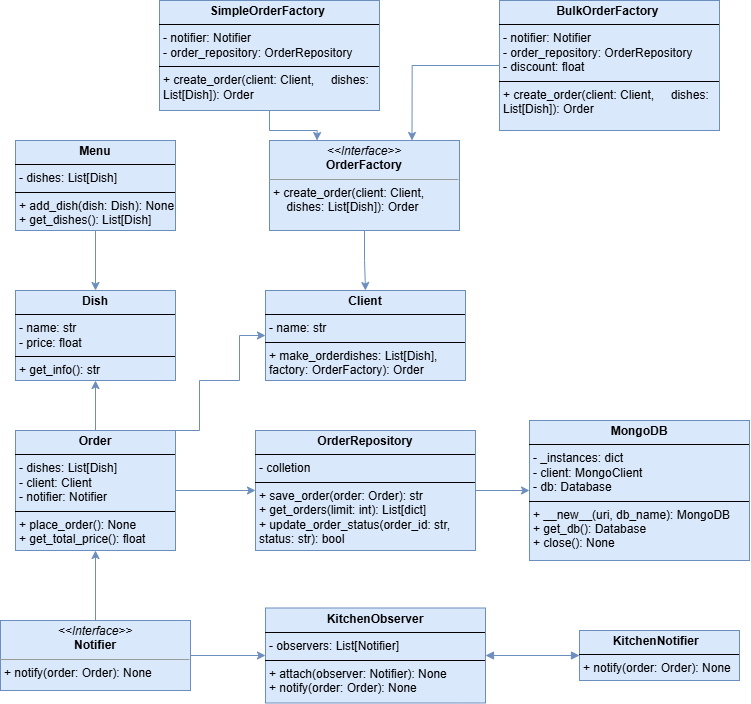
Earlier version of the draw.io export food_order_after_added_patterns.drawio.png (nastya-prokopishena/food_order). Source tidied: cells renumbered, new cells last; positions are measured from the earlier drawing's top-left corner, leaving out a move shared by most shapes.
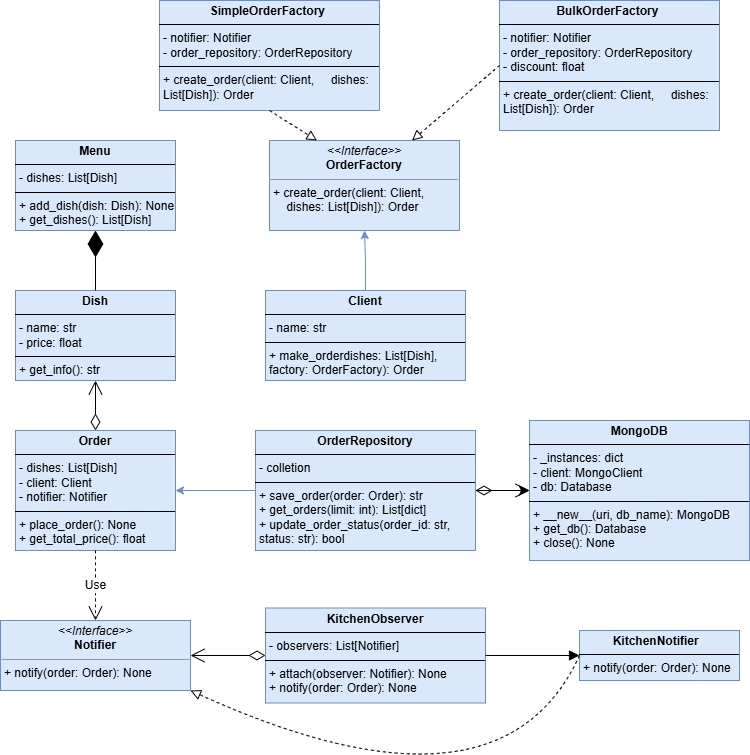
Later version of the same file.

Commit message:
added modified UML diagram

What changed in the source:
```diff
@@ -2,7 +2,7 @@
   <root>
     <mxCell id="0" />
     <mxCell id="1" parent="0" />
-    <mxCell id="2" style="edgeStyle=orthogonalEdgeStyle;rounded=0;jettySize=auto;html=1;labelBackgroundColor=none;strokeColor=#6c8ebf;fontColor=default;fillColor=#dae8fc;" parent="1" edge="1" source="3" target="7">
+    <mxCell id="2" style="edgeStyle=orthogonalEdgeStyle;rounded=0;jettySize=auto;html=1;labelBackgroundColor=none;strokeColor=#6c8ebf;fontColor=default;fillColor=#dae8fc;exitX=0.5;exitY=0;exitDx=0;exitDy=0;entryX=0.5;entryY=1;entryDx=0;entryDy=0;" parent="1" edge="1" source="7" target="3">
       <mxGeometry relative="1" as="geometry" />
     </mxCell>
     <mxCell id="3" value="&lt;p style=&quot;margin:0px;margin-top:4px;text-align:center;&quot;&gt;&lt;i&gt;&amp;lt;&amp;lt;Interface&amp;gt;&amp;gt;&lt;/i&gt;&lt;br&gt;&lt;b&gt;OrderFactory&lt;/b&gt;&lt;/p&gt;&lt;hr size=&quot;1&quot;&gt;&lt;p style=&quot;margin:0px;margin-left:4px;&quot;&gt;&lt;/p&gt;&lt;p style=&quot;margin:0px;margin-left:4px;&quot;&gt;+ create_order(client: Client,&lt;/p&gt;&lt;p style=&quot;margin:0px;margin-left:4px;&quot;&gt;&amp;nbsp; &amp;nbsp; dishes: List[Dish]): Order&lt;br&gt;&lt;br&gt;&lt;/p&gt;" style="verticalAlign=top;align=left;overflow=fill;fontSize=12;fontFamily=Helvetica;html=1;rounded=0;shadow=0;comic=0;labelBackgroundColor=none;strokeWidth=1;fillColor=#dae8fc;strokeColor=#6c8ebf;" parent="1" vertex="1">
@@ -11,68 +11,36 @@
     <mxCell id="4" value="&lt;p style=&quot;margin:0px;margin-top:4px;text-align:center;&quot;&gt;&lt;b&gt;Dish&lt;/b&gt;&lt;/p&gt;&lt;hr size=&quot;1&quot; style=&quot;border-style:solid;&quot;&gt;&lt;p style=&quot;margin:0px;margin-left:4px;&quot;&gt;- name: str&lt;/p&gt;&lt;p style=&quot;margin:0px;margin-left:4px;&quot;&gt;&lt;span style=&quot;background-color: transparent; color: light-dark(rgb(0, 0, 0), rgb(255, 255, 255));&quot;&gt;- price: float&lt;/span&gt;&lt;/p&gt;&lt;hr size=&quot;1&quot; style=&quot;border-style:solid;&quot;&gt;&lt;p style=&quot;margin:0px;margin-left:4px;&quot;&gt;+ get_info(): str&lt;/p&gt;" style="verticalAlign=top;align=left;overflow=fill;html=1;whiteSpace=wrap;labelBackgroundColor=none;fillColor=#dae8fc;strokeColor=#6c8ebf;" parent="1" vertex="1">
       <mxGeometry x="15" y="290" width="160" height="90" as="geometry" />
     </mxCell>
-    <mxCell id="5" style="edgeStyle=orthogonalEdgeStyle;rounded=0;jettySize=auto;html=1;labelBackgroundColor=none;strokeColor=#6c8ebf;fontColor=default;fillColor=#dae8fc;entryX=0.25;entryY=0;entryDx=0;entryDy=0;" parent="1" edge="1" source="6" target="3">
-      <mxGeometry relative="1" as="geometry" />
-    </mxCell>
     <mxCell id="6" value="&lt;p style=&quot;margin:0px;margin-top:4px;text-align:center;&quot;&gt;&lt;b&gt;SimpleOrderFactory&amp;nbsp;&lt;/b&gt;&lt;/p&gt;&lt;hr size=&quot;1&quot; style=&quot;border-style:solid;&quot;&gt;&lt;p style=&quot;margin:0px;margin-left:4px;&quot;&gt;- notifier: Notifier&lt;/p&gt;&lt;p style=&quot;margin:0px;margin-left:4px;&quot;&gt;-&amp;nbsp;order_repository: OrderRepository&lt;/p&gt;&lt;hr size=&quot;1&quot; style=&quot;border-style:solid;&quot;&gt;&lt;p style=&quot;margin:0px;margin-left:4px;&quot;&gt;+ create_order(client: Client,&amp;nbsp; &amp;nbsp; &amp;nbsp;dishes: List[Dish]): Order&lt;/p&gt;" style="verticalAlign=top;align=left;overflow=fill;html=1;whiteSpace=wrap;labelBackgroundColor=none;fillColor=#dae8fc;strokeColor=#6c8ebf;" parent="1" vertex="1">
       <mxGeometry x="159" width="220" height="110" as="geometry" />
     </mxCell>
     <mxCell id="7" value="&lt;p style=&quot;margin:0px;margin-top:4px;text-align:center;&quot;&gt;&lt;b&gt;Client&lt;/b&gt;&lt;/p&gt;&lt;hr size=&quot;1&quot; style=&quot;border-style:solid;&quot;&gt;&lt;p style=&quot;margin:0px;margin-left:4px;&quot;&gt;- name: str&lt;/p&gt;&lt;hr size=&quot;1&quot; style=&quot;border-style:solid;&quot;&gt;&lt;p style=&quot;margin:0px;margin-left:4px;&quot;&gt;+ make_orderdishes: List[Dish], factory: OrderFactory): Order&lt;/p&gt;" style="verticalAlign=top;align=left;overflow=fill;html=1;whiteSpace=wrap;labelBackgroundColor=none;fillColor=#dae8fc;strokeColor=#6c8ebf;" parent="1" vertex="1">
       <mxGeometry x="265" y="290" width="200" height="90" as="geometry" />
     </mxCell>
-    <mxCell id="8" style="edgeStyle=orthogonalEdgeStyle;rounded=0;jettySize=auto;html=1;labelBackgroundColor=none;strokeColor=#6c8ebf;fontColor=default;fillColor=#dae8fc;" parent="1" edge="1" source="9" target="4">
-      <mxGeometry relative="1" as="geometry" />
-    </mxCell>
     <mxCell id="9" value="&lt;p style=&quot;margin:0px;margin-top:4px;text-align:center;&quot;&gt;&lt;b&gt;Menu&lt;/b&gt;&lt;/p&gt;&lt;hr size=&quot;1&quot; style=&quot;border-style:solid;&quot;&gt;&lt;p style=&quot;margin:0px;margin-left:4px;&quot;&gt;- dishes: List[Dish]&lt;/p&gt;&lt;hr size=&quot;1&quot; style=&quot;border-style:solid;&quot;&gt;&lt;p style=&quot;margin:0px;margin-left:4px;&quot;&gt;+ add_dish(dish: Dish): None&lt;/p&gt;&lt;p style=&quot;margin:0px;margin-left:4px;&quot;&gt;+ get_dishes(): List[Dish]&lt;/p&gt;" style="verticalAlign=top;align=left;overflow=fill;html=1;whiteSpace=wrap;labelBackgroundColor=none;fillColor=#dae8fc;strokeColor=#6c8ebf;" parent="1" vertex="1">
       <mxGeometry x="15" y="140" width="160" height="90" as="geometry" />
     </mxCell>
-    <mxCell id="10" style="edgeStyle=orthogonalEdgeStyle;rounded=0;jettySize=auto;html=1;strokeColor=#6c8ebf;fontColor=#FFFFFF;fillColor=#dae8fc;" parent="1" edge="1" source="14" target="4">
-      <mxGeometry relative="1" as="geometry" />
-    </mxCell>
-    <mxCell id="11" style="edgeStyle=orthogonalEdgeStyle;rounded=0;jettySize=auto;html=1;exitX=1;exitY=0;exitDx=0;exitDy=0;entryX=0;entryY=0.5;entryDx=0;entryDy=0;strokeColor=#6c8ebf;fontColor=#FFFFFF;fillColor=#dae8fc;" parent="1" edge="1" source="14" target="7">
-      <mxGeometry relative="1" as="geometry">
-        <Array as="points">
-          <mxPoint x="199" y="430" />
-          <mxPoint x="199" y="380" />
-          <mxPoint x="239" y="380" />
-          <mxPoint x="239" y="335" />
-        </Array>
-      </mxGeometry>
-    </mxCell>
     <mxCell id="12" style="edgeStyle=orthogonalEdgeStyle;rounded=0;jettySize=auto;html=1;strokeColor=#FFFFFF;fontColor=#FFFFFF;" parent="1" edge="1" source="14" target="22">
       <mxGeometry relative="1" as="geometry" />
     </mxCell>
-    <mxCell id="13" style="edgeStyle=orthogonalEdgeStyle;rounded=0;jettySize=auto;html=1;entryX=0;entryY=0.5;entryDx=0;entryDy=0;strokeColor=#6c8ebf;fontColor=#FFFFFF;fillColor=#dae8fc;" parent="1" edge="1" source="14" target="22">
+    <mxCell id="13" style="edgeStyle=orthogonalEdgeStyle;rounded=0;jettySize=auto;html=1;strokeColor=#6c8ebf;fontColor=#FFFFFF;fillColor=#dae8fc;" parent="1" edge="1" source="22" target="14">
       <mxGeometry relative="1" as="geometry" />
     </mxCell>
     <mxCell id="14" value="&lt;p style=&quot;margin:0px;margin-top:4px;text-align:center;&quot;&gt;&lt;b&gt;Order&lt;/b&gt;&lt;/p&gt;&lt;hr size=&quot;1&quot; style=&quot;border-style:solid;&quot;&gt;&lt;p style=&quot;margin:0px;margin-left:4px;&quot;&gt;- dishes: List[Dish]&amp;nbsp;&lt;/p&gt;&lt;p style=&quot;margin:0px;margin-left:4px;&quot;&gt;- client: Client&amp;nbsp; &amp;nbsp; &amp;nbsp;&lt;/p&gt;&lt;p style=&quot;margin:0px;margin-left:4px;&quot;&gt;- notifier: Notifier&lt;/p&gt;&lt;hr size=&quot;1&quot; style=&quot;border-style:solid;&quot;&gt;&lt;p style=&quot;margin:0px;margin-left:4px;&quot;&gt;+ place_order(): None&lt;/p&gt;&lt;p style=&quot;margin:0px;margin-left:4px;&quot;&gt;+ get_total_price(): float&lt;/p&gt;" style="verticalAlign=top;align=left;overflow=fill;html=1;whiteSpace=wrap;labelBackgroundColor=none;fillColor=#dae8fc;strokeColor=#6c8ebf;" parent="1" vertex="1">
       <mxGeometry x="15" y="430" width="160" height="120" as="geometry" />
     </mxCell>
-    <mxCell id="15" style="edgeStyle=orthogonalEdgeStyle;rounded=0;jettySize=auto;html=1;labelBackgroundColor=none;strokeColor=#6c8ebf;fontColor=default;fillColor=#dae8fc;" parent="1" edge="1" source="17" target="14">
-      <mxGeometry relative="1" as="geometry" />
-    </mxCell>
-    <mxCell id="16" style="edgeStyle=orthogonalEdgeStyle;rounded=0;jettySize=auto;html=1;strokeColor=#6c8ebf;fontColor=#FFFFFF;fillColor=#dae8fc;" parent="1" edge="1" source="17" target="24">
-      <mxGeometry relative="1" as="geometry" />
-    </mxCell>
     <mxCell id="17" value="&lt;p style=&quot;margin:0px;margin-top:4px;text-align:center;&quot;&gt;&lt;i&gt;&amp;lt;&amp;lt;Interface&amp;gt;&amp;gt;&lt;/i&gt;&lt;br&gt;&lt;b&gt;Notifier&lt;/b&gt;&lt;/p&gt;&lt;hr size=&quot;1&quot;&gt;&lt;p style=&quot;margin:0px;margin-left:4px;&quot;&gt;&lt;/p&gt;&lt;p style=&quot;margin:0px;margin-left:4px;&quot;&gt;+ notify(order: Order): None&lt;/p&gt;&lt;p style=&quot;margin:0px;margin-left:4px;&quot;&gt;&lt;br&gt;&lt;/p&gt;" style="verticalAlign=top;align=left;overflow=fill;fontSize=12;fontFamily=Helvetica;html=1;rounded=0;shadow=0;comic=0;labelBackgroundColor=none;strokeWidth=1;fillColor=#dae8fc;strokeColor=#6c8ebf;" parent="1" vertex="1">
       <mxGeometry y="620" width="190" height="70" as="geometry" />
     </mxCell>
     <mxCell id="18" value="&lt;p style=&quot;text-align: center; margin: 4px 0px 0px;&quot;&gt;&lt;span style=&quot;background-color: transparent; text-align: left;&quot;&gt;&lt;b&gt;KitchenNotifier&amp;nbsp;&lt;/b&gt;&lt;/span&gt;&lt;b&gt;&amp;nbsp;&lt;/b&gt;&lt;/p&gt;&lt;hr size=&quot;1&quot; style=&quot;border-style:solid;&quot;&gt;&lt;p style=&quot;margin:0px;margin-left:4px;&quot;&gt;&lt;/p&gt;&lt;p style=&quot;margin:0px;margin-left:4px;&quot;&gt;+ notify(order: Order): None&lt;/p&gt;" style="verticalAlign=top;align=left;overflow=fill;html=1;whiteSpace=wrap;labelBackgroundColor=none;fillColor=#dae8fc;strokeColor=#6c8ebf;" parent="1" vertex="1">
       <mxGeometry x="579" y="630" width="160" height="50" as="geometry" />
     </mxCell>
-    <mxCell id="19" style="edgeStyle=orthogonalEdgeStyle;rounded=0;jettySize=auto;html=1;strokeColor=#6c8ebf;fontColor=#FFFFFF;fillColor=#dae8fc;entryX=0.75;entryY=0;entryDx=0;entryDy=0;" parent="1" edge="1" source="20" target="3">
-      <mxGeometry relative="1" as="geometry">
-        <Array as="points">
-          <mxPoint x="412" y="65" />
-        </Array>
-      </mxGeometry>
-    </mxCell>
     <mxCell id="20" value="&lt;p style=&quot;margin:0px;margin-top:4px;text-align:center;&quot;&gt;&lt;b&gt;BulkOrderFactory&amp;nbsp;&lt;/b&gt;&lt;/p&gt;&lt;hr size=&quot;1&quot; style=&quot;border-style:solid;&quot;&gt;&lt;p style=&quot;margin:0px;margin-left:4px;&quot;&gt;- notifier: Notifier&lt;/p&gt;&lt;p style=&quot;margin:0px;margin-left:4px;&quot;&gt;-&amp;nbsp;order_repository: OrderRepository&lt;/p&gt;&lt;p style=&quot;margin:0px;margin-left:4px;&quot;&gt;- discount: float&lt;/p&gt;&lt;hr size=&quot;1&quot; style=&quot;border-style:solid;&quot;&gt;&lt;p style=&quot;margin:0px;margin-left:4px;&quot;&gt;+ create_order(client: Client,&amp;nbsp; &amp;nbsp; &amp;nbsp;dishes: List[Dish]): Order&lt;/p&gt;" style="verticalAlign=top;align=left;overflow=fill;html=1;whiteSpace=wrap;labelBackgroundColor=none;fillColor=#dae8fc;strokeColor=#6c8ebf;" parent="1" vertex="1">
       <mxGeometry x="499" width="220" height="130" as="geometry" />
     </mxCell>
-    <mxCell id="21" style="edgeStyle=orthogonalEdgeStyle;rounded=0;jettySize=auto;html=1;strokeColor=#6c8ebf;fontColor=#FFFFFF;fillColor=#dae8fc;" parent="1" edge="1" source="22" target="23">
-      <mxGeometry relative="1" as="geometry" />
-    </mxCell>
+    <mxCell id="26" style="edgeStyle=none;curved=1;rounded=0;jettySize=auto;html=1;fontSize=12;startSize=8;endSize=8;" parent="1" edge="1" source="22" target="23">
+      <mxGeometry relative="1" as="geometry" />
+    </mxCell>
     <mxCell id="22" value="&lt;p style=&quot;margin:0px;margin-top:4px;text-align:center;&quot;&gt;&lt;b&gt;OrderRepository&lt;/b&gt;&lt;/p&gt;&lt;hr size=&quot;1&quot; style=&quot;border-style:solid;&quot;&gt;&lt;p style=&quot;margin:0px;margin-left:4px;&quot;&gt;- colletion&lt;/p&gt;&lt;hr size=&quot;1&quot; style=&quot;border-style:solid;&quot;&gt;&lt;p style=&quot;margin:0px;margin-left:4px;&quot;&gt;+ save_order(order: Order): str&amp;nbsp;&lt;/p&gt;&lt;p style=&quot;margin:0px;margin-left:4px;&quot;&gt;+ get_orders(limit: int): List[dict]&amp;nbsp;&lt;/p&gt;&lt;p style=&quot;margin:0px;margin-left:4px;&quot;&gt;+ update_order_status(order_id: str, status: str): bool&amp;nbsp;&lt;/p&gt;" style="verticalAlign=top;align=left;overflow=fill;html=1;whiteSpace=wrap;labelBackgroundColor=none;fillColor=#dae8fc;strokeColor=#6c8ebf;" parent="1" vertex="1">
       <mxGeometry x="255" y="430" width="220" height="120" as="geometry" />
     </mxCell>
@@ -82,8 +50,36 @@
     <mxCell id="24" value="&lt;p style=&quot;margin:0px;margin-top:4px;text-align:center;&quot;&gt;&lt;b&gt;KitchenObserver&lt;/b&gt;&lt;/p&gt;&lt;hr size=&quot;1&quot; style=&quot;border-style:solid;&quot;&gt;&lt;p style=&quot;margin:0px;margin-left:4px;&quot;&gt;- observers: List[Notifier]&lt;/p&gt;&lt;hr size=&quot;1&quot; style=&quot;border-style:solid;&quot;&gt;&lt;p style=&quot;margin:0px;margin-left:4px;&quot;&gt;+ attach(observer: Notifier): None&amp;nbsp;&lt;/p&gt;&lt;p style=&quot;margin:0px;margin-left:4px;&quot;&gt;+ notify(order: Order): None&lt;/p&gt;" style="verticalAlign=top;align=left;overflow=fill;html=1;whiteSpace=wrap;labelBackgroundColor=none;fillColor=#dae8fc;strokeColor=#6c8ebf;" parent="1" vertex="1">
       <mxGeometry x="265" y="607.5" width="220" height="95" as="geometry" />
     </mxCell>
+    <mxCell id="27" style="endArrow=block;startArrow=none;endFill=0;startFill=0;endSize=8;html=1;verticalAlign=bottom;dashed=1;labelBackgroundColor=none;rounded=0;fontSize=12;curved=1;entryX=1;entryY=1;entryDx=0;entryDy=0;exitX=0;exitY=0.5;exitDx=0;exitDy=0;" parent="1" edge="1" source="18" target="17">
+      <mxGeometry relative="1" as="geometry">
+        <Array as="points">
+          <mxPoint x="499" y="830" />
+        </Array>
+      </mxGeometry>
+    </mxCell>
+    <mxCell id="5" style="endArrow=block;startArrow=none;endFill=0;startFill=0;endSize=8;html=1;verticalAlign=bottom;dashed=1;labelBackgroundColor=none;rounded=0;fontSize=12;curved=1;entryX=0.25;entryY=0;entryDx=0;entryDy=0;exitX=0.5;exitY=1;exitDx=0;exitDy=0;" parent="1" edge="1" source="6" target="3">
+      <mxGeometry relative="1" as="geometry" />
+    </mxCell>
+    <mxCell id="19" style="endArrow=block;startArrow=none;endFill=0;startFill=0;endSize=8;html=1;verticalAlign=bottom;dashed=1;labelBackgroundColor=none;rounded=0;fontSize=12;curved=1;entryX=0.75;entryY=0;entryDx=0;entryDy=0;exitX=0;exitY=0.5;exitDx=0;exitDy=0;" parent="1" edge="1" source="20" target="3">
+      <mxGeometry relative="1" as="geometry" />
+    </mxCell>
-    <mxCell id="25" style="endArrow=block;startArrow=block;endFill=1;startFill=1;html=1;rounded=0;strokeColor=#6c8ebf;fontColor=#FFFFFF;entryX=0;entryY=0.5;entryDx=0;entryDy=0;exitX=1;exitY=0.5;exitDx=0;exitDy=0;fillColor=#dae8fc;" parent="1" edge="1" source="24" target="18">
-      <mxGeometry relative="1" as="geometry" />
+    <mxCell id="25" style="endArrow=block;endFill=1;html=1;edgeStyle=orthogonalEdgeStyle;align=left;verticalAlign=top;rounded=0;fontSize=12;startSize=8;endSize=8;curved=1;exitX=1;exitY=0.5;exitDx=0;exitDy=0;entryX=0;entryY=0.5;entryDx=0;entryDy=0;" parent="1" edge="1" source="24" target="18">
+      <mxGeometry x="-1" relative="1" as="geometry" />
     </mxCell>
+    <mxCell id="10" style="endArrow=open;html=1;endSize=12;startArrow=diamondThin;startSize=14;startFill=0;edgeStyle=orthogonalEdgeStyle;align=left;verticalAlign=bottom;rounded=0;fontSize=12;curved=1;exitX=0.5;exitY=0;exitDx=0;exitDy=0;entryX=0.5;entryY=1;entryDx=0;entryDy=0;" parent="1" edge="1" source="14" target="4">
+      <mxGeometry x="-1" y="3" relative="1" as="geometry" />
+    </mxCell>
+    <mxCell id="28" value="Use" style="endArrow=open;endSize=12;dashed=1;html=1;rounded=0;fontSize=12;curved=1;exitX=0.5;exitY=1;exitDx=0;exitDy=0;entryX=0.5;entryY=0;entryDx=0;entryDy=0;" parent="1" edge="1" source="14" target="17">
+      <mxGeometry relative="1" as="geometry" />
+    </mxCell>
+    <mxCell id="29" style="endArrow=open;html=1;endSize=12;startArrow=diamondThin;startSize=14;startFill=0;edgeStyle=orthogonalEdgeStyle;align=left;verticalAlign=bottom;rounded=0;fontSize=12;curved=1;exitX=1;exitY=0.5;exitDx=0;exitDy=0;entryX=0;entryY=0.5;entryDx=0;entryDy=0;" parent="1" edge="1" source="22" target="23">
+      <mxGeometry x="-1" y="3" relative="1" as="geometry" />
+    </mxCell>
+    <mxCell id="30" style="endArrow=open;html=1;endSize=12;startArrow=diamondThin;startSize=14;startFill=0;edgeStyle=orthogonalEdgeStyle;align=left;verticalAlign=bottom;rounded=0;fontSize=12;curved=1;exitX=0;exitY=0.5;exitDx=0;exitDy=0;entryX=1;entryY=0.5;entryDx=0;entryDy=0;" parent="1" edge="1" source="24" target="17">
+      <mxGeometry x="-1" y="3" relative="1" as="geometry" />
+    </mxCell>
+    <mxCell id="31" style="endArrow=diamondThin;endFill=1;endSize=24;html=1;rounded=0;fontSize=12;curved=1;entryX=0.5;entryY=1;entryDx=0;entryDy=0;exitX=0.5;exitY=0;exitDx=0;exitDy=0;" parent="1" edge="1" source="4" target="9">
+      <mxGeometry relative="1" as="geometry" />
+    </mxCell>
   </root>
 </mxGraphModel>
```
